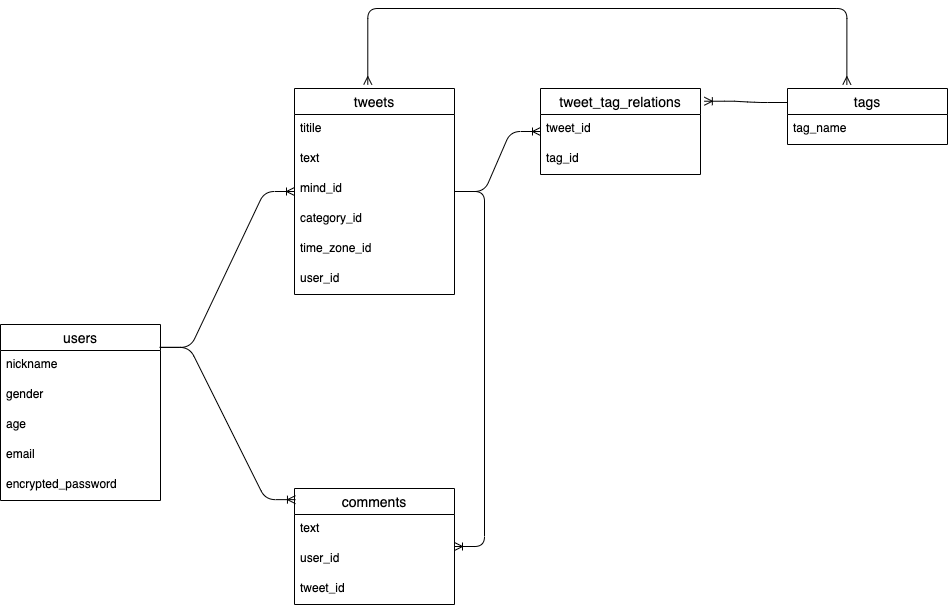
This is app/controllers/nemuru.drawio.png from yuki-brave/nemuru, a draw.io export, as it was before one commit. Source tidied: cells renumbered, new cells last; positions are measured from the earlier drawing's top-left corner, leaving out a move shared by most shapes.
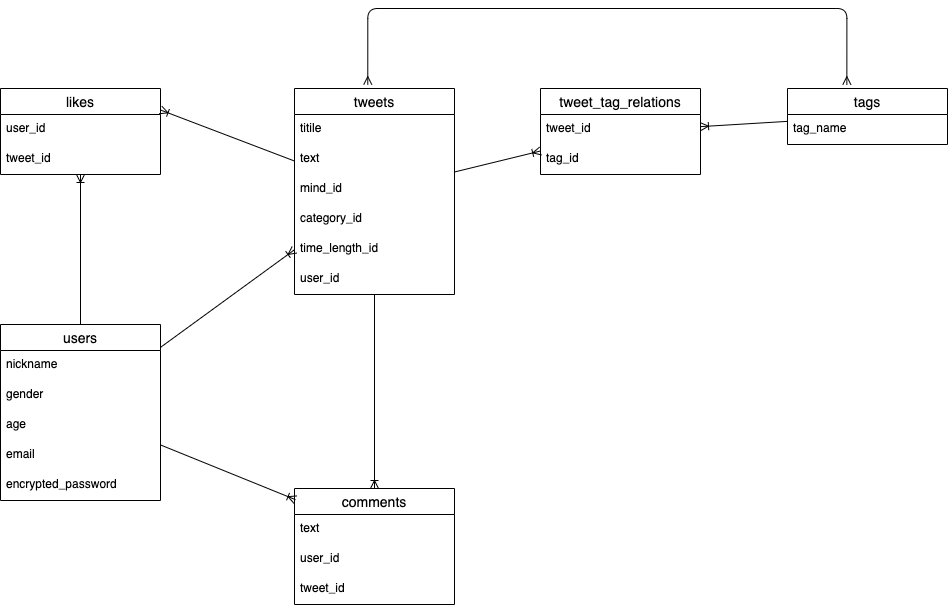
After the commit.

Commit message:
likeモデルの構想

The edit, as a diff of the source:
```diff
@@ -35,13 +35,13 @@
     <mxCell id="12" value="category_id" style="text;strokeColor=none;fillColor=none;spacingLeft=4;spacingRight=4;overflow=hidden;fontSize=12;" parent="8" vertex="1">
       <mxGeometry y="116" width="160" height="30" as="geometry" />
     </mxCell>
-    <mxCell id="13" value="time_zone_id" style="text;strokeColor=none;fillColor=none;spacingLeft=4;spacingRight=4;overflow=hidden;fontSize=12;" parent="8" vertex="1">
+    <mxCell id="13" value="time_length_id" style="text;strokeColor=none;fillColor=none;spacingLeft=4;spacingRight=4;overflow=hidden;fontSize=12;" parent="8" vertex="1">
       <mxGeometry y="146" width="160" height="30" as="geometry" />
     </mxCell>
     <mxCell id="14" value="user_id" style="text;strokeColor=none;fillColor=none;spacingLeft=4;spacingRight=4;overflow=hidden;fontSize=12;" parent="8" vertex="1">
       <mxGeometry y="176" width="160" height="30" as="geometry" />
     </mxCell>
-    <mxCell id="15" style="edgeStyle=entityRelationEdgeStyle;fontSize=12;html=1;endArrow=ERoneToMany;exitX=1;exitY=0.13;exitDx=0;exitDy=0;exitPerimeter=0;" parent="1" edge="1" source="2" target="8">
+    <mxCell id="15" style="fontSize=12;html=1;endArrow=ERoneToMany;exitX=1;exitY=0.13;exitDx=0;exitDy=0;exitPerimeter=0;" parent="1" edge="1" source="2" target="8">
       <mxGeometry relative="1" as="geometry" />
     </mxCell>
     <mxCell id="16" value="comments" style="swimlane;fontStyle=0;horizontal=1;startSize=26;align=center;fontSize=14;" parent="1" vertex="1">
@@ -56,10 +56,10 @@
     <mxCell id="19" value="tweet_id" style="text;strokeColor=none;fillColor=none;spacingLeft=4;spacingRight=4;overflow=hidden;fontSize=12;" parent="16" vertex="1">
       <mxGeometry y="86" width="160" height="30" as="geometry" />
     </mxCell>
-    <mxCell id="20" style="edgeStyle=entityRelationEdgeStyle;fontSize=12;html=1;endArrow=ERoneToMany;exitX=0.994;exitY=0.13;exitDx=0;exitDy=0;exitPerimeter=0;entryX=0.006;entryY=0.096;entryDx=0;entryDy=0;entryPerimeter=0;" parent="1" edge="1" source="2" target="16">
+    <mxCell id="20" style="fontSize=12;html=1;endArrow=ERoneToMany;entryX=0.006;entryY=0.096;entryDx=0;entryDy=0;entryPerimeter=0;" parent="1" edge="1" source="2" target="16">
       <mxGeometry relative="1" as="geometry" />
     </mxCell>
-    <mxCell id="21" style="edgeStyle=entityRelationEdgeStyle;fontSize=12;html=1;endArrow=ERoneToMany;" parent="1" edge="1" source="8" target="16">
+    <mxCell id="21" style="fontSize=12;html=1;endArrow=ERoneToMany;" parent="1" edge="1" source="8" target="16">
       <mxGeometry relative="1" as="geometry" />
     </mxCell>
     <mxCell id="22" value="tags" style="swimlane;fontStyle=0;horizontal=1;startSize=26;align=center;fontSize=14;" parent="1" vertex="1">
@@ -85,11 +85,26 @@
     <mxCell id="27" value="tag_id" style="text;strokeColor=none;fillColor=none;spacingLeft=4;spacingRight=4;overflow=hidden;fontSize=12;" parent="25" vertex="1">
       <mxGeometry y="56" width="160" height="30" as="geometry" />
     </mxCell>
-    <mxCell id="28" style="edgeStyle=entityRelationEdgeStyle;fontSize=12;html=1;endArrow=ERoneToMany;exitX=0;exitY=0.25;exitDx=0;exitDy=0;entryX=1.024;entryY=0.148;entryDx=0;entryDy=0;entryPerimeter=0;" parent="1" edge="1" source="22" target="25">
+    <mxCell id="28" style="fontSize=12;html=1;endArrow=ERoneToMany;" parent="1" edge="1" source="22" target="25">
       <mxGeometry relative="1" as="geometry" />
     </mxCell>
-    <mxCell id="29" style="edgeStyle=entityRelationEdgeStyle;fontSize=12;html=1;endArrow=ERoneToMany;" parent="1" edge="1" source="8" target="25">
+    <mxCell id="29" style="fontSize=12;html=1;endArrow=ERoneToMany;" parent="1" edge="1" source="8" target="25">
       <mxGeometry relative="1" as="geometry" />
     </mxCell>
+    <mxCell id="30" value="likes" style="swimlane;fontStyle=0;horizontal=1;startSize=26;align=center;fontSize=14;" parent="1" vertex="1">
+      <mxGeometry y="80" width="160" height="86" as="geometry" />
+    </mxCell>
+    <mxCell id="31" value="user_id" style="text;strokeColor=none;fillColor=none;spacingLeft=4;spacingRight=4;overflow=hidden;fontSize=12;" parent="30" vertex="1">
+      <mxGeometry y="26" width="160" height="30" as="geometry" />
+    </mxCell>
+    <mxCell id="32" value="tweet_id" style="text;strokeColor=none;fillColor=none;spacingLeft=4;spacingRight=4;overflow=hidden;fontSize=12;" parent="30" vertex="1">
+      <mxGeometry y="56" width="160" height="30" as="geometry" />
+    </mxCell>
+    <mxCell id="33" style="fontSize=12;html=1;endArrow=ERoneToMany;entryX=1;entryY=0.25;entryDx=0;entryDy=0;" parent="1" edge="1" source="8" target="30">
+      <mxGeometry relative="1" as="geometry" />
+    </mxCell>
+    <mxCell id="34" style="fontSize=12;html=1;endArrow=ERoneToMany;" parent="1" edge="1" source="2" target="30">
+      <mxGeometry relative="1" as="geometry" />
+    </mxCell>
   </root>
 </mxGraphModel>
```
